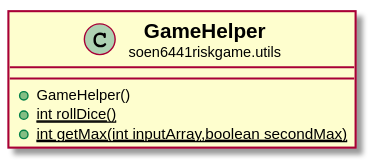
This is docs/javadocs/soen6441riskgame/utils/GameHelper.svg from huntertran/soen6441-riskgame, a PlantUML export, as it was before one commit. Its diagram source:
```plantuml
@startuml

skinparam svgLinkTarget _parent
skinparam linetype ortho
set namespaceSeparator none
class "<b><size:14>GameHelper</b>\n<size:10>soen6441riskgame.utils" as soen6441riskgame.utils.GameHelper  [[../../soen6441riskgame/utils/GameHelper.html{soen6441riskgame.utils.GameHelper}]] {
+GameHelper()
{static} +int rollDice()
{static} +int getMax(int inputArray,boolean secondMax)
}



@enduml
```
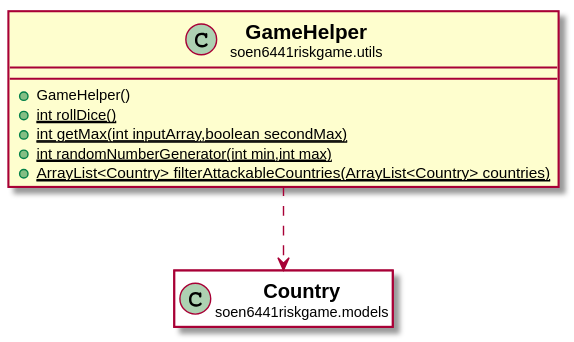
After the change.

The edit, as a diff of the source:
```diff
@@ -7,8 +7,19 @@
 +GameHelper()
 {static} +int rollDice()
 {static} +int getMax(int inputArray,boolean secondMax)
+{static} +int randomNumberGenerator(int min,int max)
+{static} +ArrayList<Country> filterAttackableCountries(ArrayList<Country> countries)
 }
 
 
 
+class "<b><size:14>Country</b>\n<size:10>soen6441riskgame.models" as soen6441riskgame.models.Country  [[../../soen6441riskgame/models/Country.html{soen6441riskgame.models.Country}]] #white {
+}
+
+hide soen6441riskgame.models.Country fields
+hide soen6441riskgame.models.Country methods
+
+soen6441riskgame.utils.GameHelper ..> soen6441riskgame.models.Country
+
+
 @enduml
```
